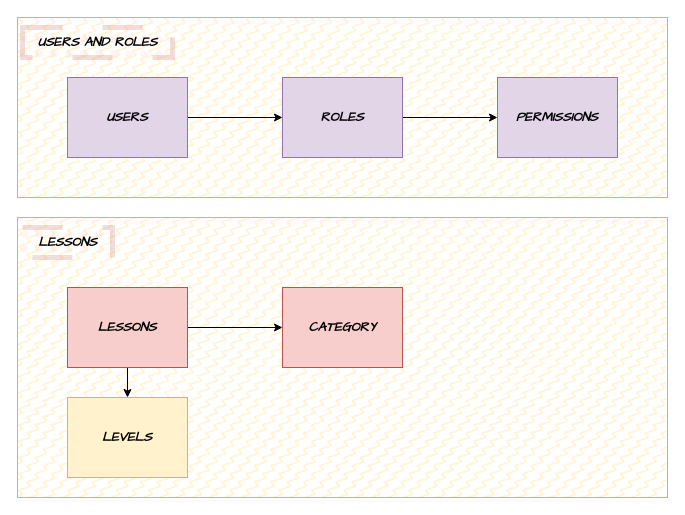
This is diseño/modelos.drawio from LuisDiaz122001/SpeakSmarter, a draw.io file, before an edit. Source tidied: cells renumbered, new cells numbered last; positions are measured from the earlier drawing's top-left corner, leaving out a move shared by most shapes. Both pictures are drawn from the tidied source at 100%, with x=0, y=0 at pixel (17, 17).
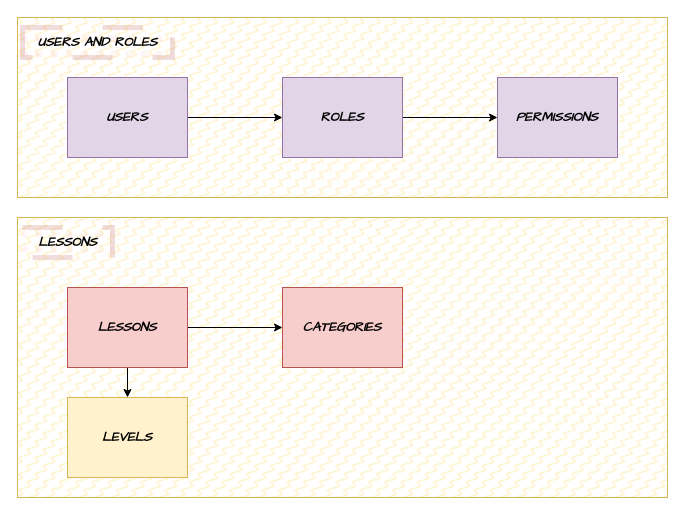
The same page after the edit.

The edit, as a diff of the source:
```diff
@@
 <mxGraphModel>
   <root>
     <mxCell id="0" />
     <mxCell id="1" parent="0" />
     <mxCell id="2" style="whiteSpace=wrap;html=1;fillColor=#fff2cc;strokeColor=#d6b656;fillStyle=zigzag-line;fontStyle=3;fontFamily=Comic Sans MS;fontSize=13;" parent="1" vertex="1">
       <mxGeometry width="650" height="180" as="geometry" />
     </mxCell>
     <mxCell id="3" style="edgeStyle=none;html=1;entryX=0;entryY=0.5;entryDx=0;entryDy=0;" parent="1" edge="1" source="4" target="6">
       <mxGeometry relative="1" as="geometry" />
     </mxCell>
     <mxCell id="4" value="USERS" style="whiteSpace=wrap;html=1;fillColor=#e1d5e7;strokeColor=#9673a6;fontStyle=3;fontFamily=Comic Sans MS;fontSize=13;" parent="1" vertex="1">
       <mxGeometry x="50" y="60" width="120" height="80" as="geometry" />
     </mxCell>
     <mxCell id="5" style="edgeStyle=none;html=1;entryX=0;entryY=0.5;entryDx=0;entryDy=0;" parent="1" edge="1" source="6" target="7">
       <mxGeometry relative="1" as="geometry" />
     </mxCell>
     <mxCell id="6" value="ROLES" style="whiteSpace=wrap;html=1;fillColor=#e1d5e7;strokeColor=#9673a6;fontStyle=3;fontFamily=Comic Sans MS;fontSize=13;" parent="1" vertex="1">
       <mxGeometry x="265" y="60" width="120" height="80" as="geometry" />
     </mxCell>
     <mxCell id="7" value="PERMISSIONS" style="whiteSpace=wrap;html=1;fillColor=#e1d5e7;strokeColor=#9673a6;fontStyle=3;fontFamily=Comic Sans MS;fontSize=13;" parent="1" vertex="1">
       <mxGeometry x="480" y="60" width="120" height="80" as="geometry" />
     </mxCell>
     <mxCell id="8" value="USERS AND ROLES" style="text;html=1;align=center;verticalAlign=middle;strokeColor=#b85450;fillColor=#f8cecc;fillStyle=dots;gradientColor=none;fontStyle=3;fontFamily=Comic Sans MS;fontSize=13;opacity=20;dashed=1;dashPattern=8 8;strokeWidth=5;perimeterSpacing=4;" parent="1" vertex="1">
       <mxGeometry x="5" y="10" width="150" height="30" as="geometry" />
     </mxCell>
     <mxCell id="9" style="whiteSpace=wrap;html=1;fillColor=#fff2cc;strokeColor=#d6b656;fillStyle=zigzag-line;fontStyle=3;fontFamily=Comic Sans MS;fontSize=13;" parent="1" vertex="1">
       <mxGeometry y="200" width="650" height="280" as="geometry" />
     </mxCell>
     <mxCell id="10" style="edgeStyle=none;html=1;entryX=0;entryY=0.5;entryDx=0;entryDy=0;" parent="1" edge="1" source="12" target="13">
       <mxGeometry relative="1" as="geometry" />
     </mxCell>
     <mxCell id="11" style="edgeStyle=none;html=1;entryX=0.5;entryY=0;entryDx=0;entryDy=0;" parent="1" edge="1" source="12" target="15">
       <mxGeometry relative="1" as="geometry" />
     </mxCell>
     <mxCell id="12" value="LESSONS" style="whiteSpace=wrap;html=1;fillColor=#f8cecc;strokeColor=#b85450;fontStyle=3;fontFamily=Comic Sans MS;fontSize=13;" parent="1" vertex="1">
       <mxGeometry x="50" y="270" width="120" height="80" as="geometry" />
     </mxCell>
-    <mxCell id="13" value="CATEGORY" style="whiteSpace=wrap;html=1;fillColor=#f8cecc;strokeColor=#b85450;fontStyle=3;fontFamily=Comic Sans MS;fontSize=13;" parent="1" vertex="1">
+    <mxCell id="13" value="CATEGORIES" style="whiteSpace=wrap;html=1;fillColor=#f8cecc;strokeColor=#b85450;fontStyle=3;fontFamily=Comic Sans MS;fontSize=13;" parent="1" vertex="1">
       <mxGeometry x="265" y="270" width="120" height="80" as="geometry" />
     </mxCell>
     <mxCell id="14" value="LESSONS" style="text;html=1;align=center;verticalAlign=middle;strokeColor=#b85450;fillColor=#f8cecc;fillStyle=dots;gradientColor=none;fontStyle=3;fontFamily=Comic Sans MS;fontSize=13;opacity=20;dashed=1;dashPattern=8 8;strokeWidth=5;perimeterSpacing=4;" parent="1" vertex="1">
       <mxGeometry x="5" y="210" width="90" height="30" as="geometry" />
     </mxCell>
     <mxCell id="15" value="LEVELS" style="whiteSpace=wrap;html=1;fillColor=#fff2cc;strokeColor=#d6b656;fontStyle=3;fontFamily=Comic Sans MS;fontSize=13;" parent="1" vertex="1">
       <mxGeometry x="50" y="380" width="120" height="80" as="geometry" />
     </mxCell>
   </root>
 </mxGraphModel>
```
